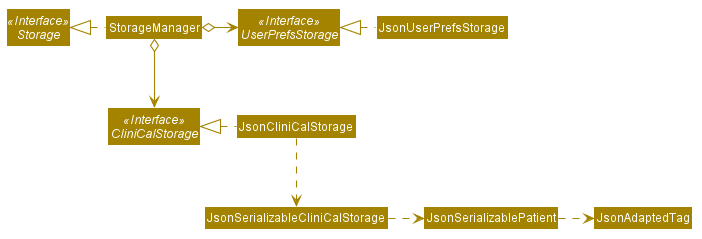
Earlier version of the PlantUML export docs/images/StorageClassDiagram.png (nus-cs2103-AY2021S1/tp). Its diagram source:
```plantuml
@startuml








skinparam BackgroundColor #FFFFFFF

skinparam Shadowing false

skinparam Class {
    FontColor #FFFFFF
    BorderThickness 1
    BorderColor #FFFFFF
    StereotypeFontColor #FFFFFF
    FontName Arial
}

skinparam Actor {
    BorderColor #000000
    Color #000000
    FontName Arial
}

skinparam Sequence {
    MessageAlign center
    BoxFontSize 15
    BoxPadding 0
    BoxFontColor #FFFFFF
    FontName Arial
}

skinparam Participant {
    FontColor #FFFFFFF
    Padding 20
}

skinparam MinClassWidth 50
skinparam ParticipantPadding 10
skinparam Shadowing false
skinparam DefaultTextAlignment center
skinparam packageStyle Rectangle

hide footbox
hide members
hide circle
skinparam arrowThickness 1.1
skinparam arrowColor #A38300
skinparam classBackgroundColor #A38300

Interface Storage <<Interface>>
Interface UserPrefsStorage <<Interface>>
Interface CliniCalStorage <<Interface>>

Class StorageManager
Class JsonUserPrefsStorage
Class JsonCliniCalStorage

StorageManager .left.|> Storage
StorageManager o-right-> UserPrefsStorage
StorageManager o--> CliniCalStorage

JsonUserPrefsStorage .left.|> UserPrefsStorage
JsonCliniCalStorage .left.|> CliniCalStorage
JsonCliniCalStorage .down.> JsonSerializableCliniCalStorage
JsonSerializableCliniCalStorage .right.> JsonSerializablePatient
JsonSerializablePatient .right.> JsonAdaptedTag
@enduml
```
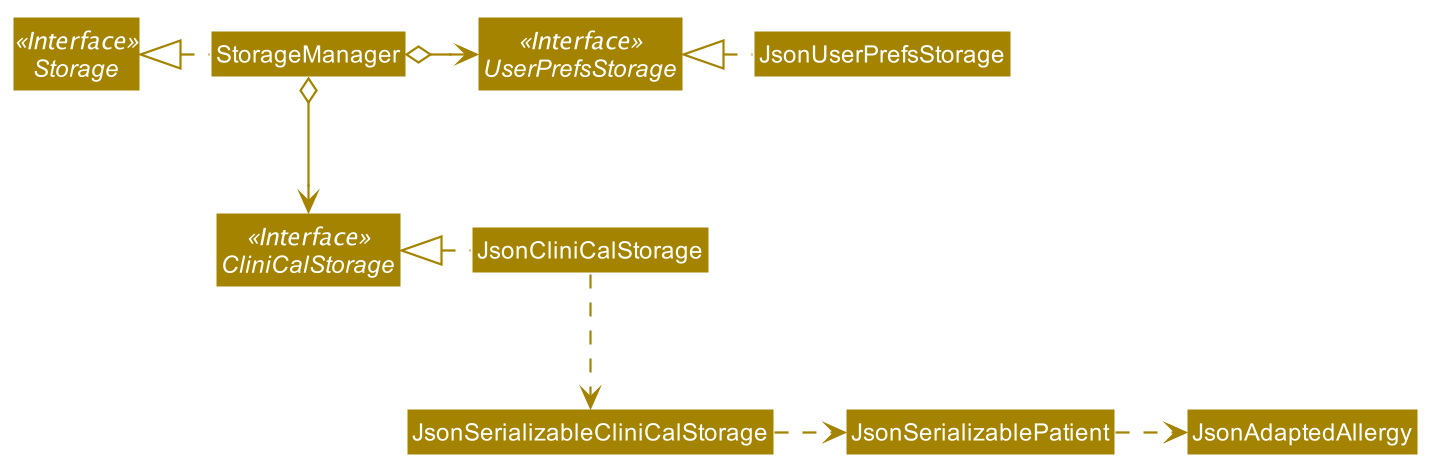
The same diagram one commit later.

Change to the diagram source:
```diff
@@ -67,5 +67,5 @@
 JsonCliniCalStorage .left.|> CliniCalStorage
 JsonCliniCalStorage .down.> JsonSerializableCliniCalStorage
 JsonSerializableCliniCalStorage .right.> JsonSerializablePatient
-JsonSerializablePatient .right.> JsonAdaptedTag
+JsonSerializablePatient .right.> JsonAdaptedAllergy
 @enduml
```
